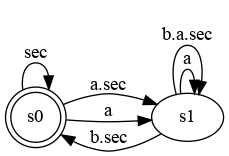
frederic-mallet/ccsl-sts keeps this Graphviz diagram as Examples/CCSL_Primitives/sts/TernaryDelay0.dot.png. Above is the earlier version. Its source is kept beside it as Examples/CCSL_Primitives/sts/TernaryDelay0.dot.
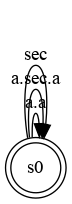
After the commit.

Change to the diagram source:
```diff
@@ -2,21 +2,12 @@
   rankdir="LR"
   s0 [ shape="doublecircle" ]
   s0->s0 [
+    label= "a.a"
+  ] ;
+  s0->s0 [
+    label= "a.sec.a"
+  ] ;
+  s0->s0 [
     label= "sec"
   ] ;
-  s0->s1 [
-    label= "a.sec"
-  ] ;
-  s0->s1 [
-    label= "a"
-  ] ;
-  s1->s1 [
-    label= "a"
-  ] ;
-  s1->s0 [
-    label= "b.sec"
-  ] ;
-  s1->s1 [
-    label= "b.a.sec"
-  ] ;
 }
```
